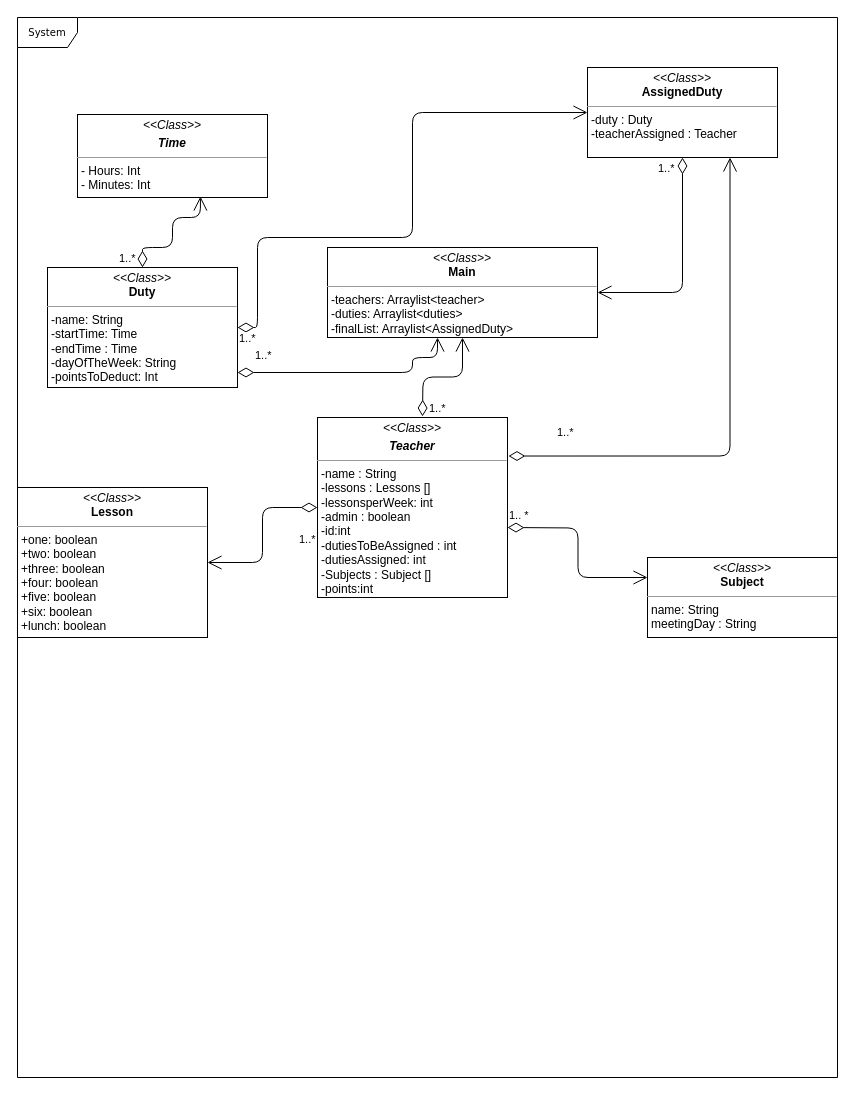
Above: UML Diagram (Without Methods).drawio in adityaharish218/Computer-Science-IA (draw.io), before the change. Source tidied: cells renumbered, new cells numbered last; positions are measured from the earlier drawing's top-left corner, leaving out a move shared by most shapes. Both pictures are drawn from the tidied source at 100%, with x=0, y=0 at pixel (17, 17).
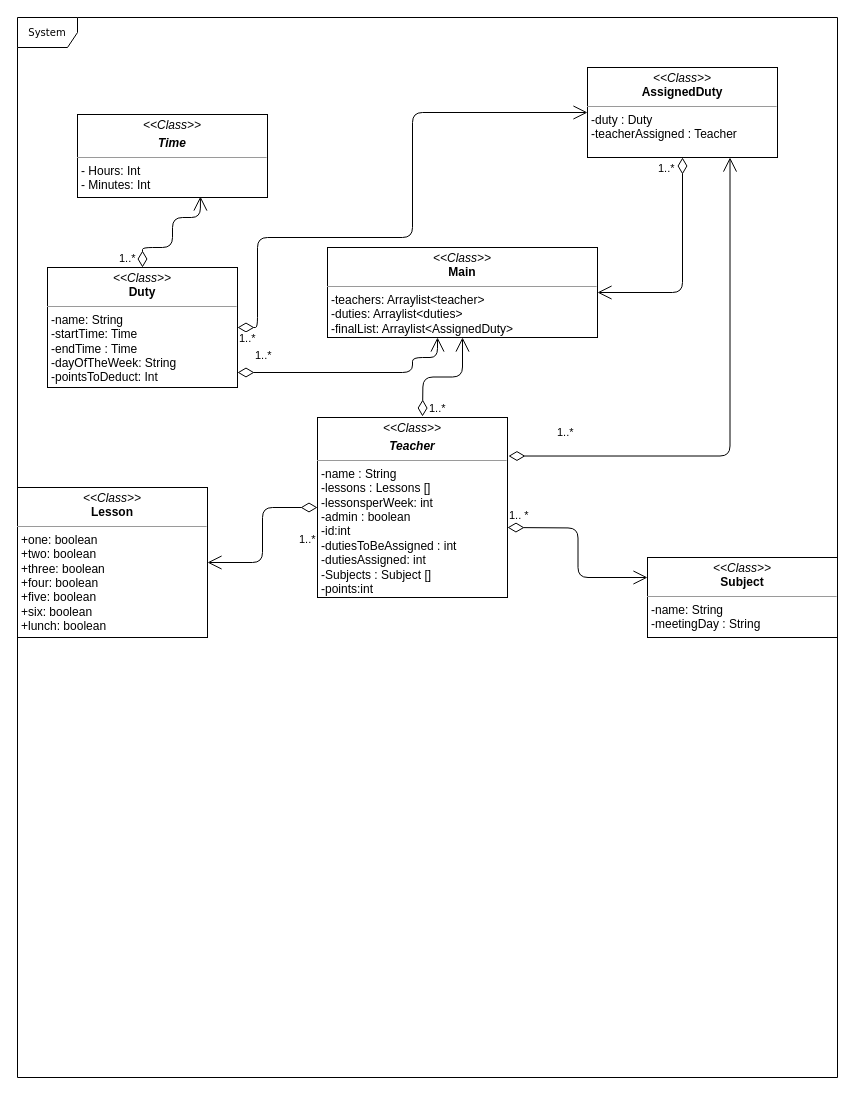
The same diagram, later.

Change to the diagram source:
```diff
@@
-    <mxCell id="8" value="&lt;p style=&quot;margin: 0px ; margin-top: 4px ; text-align: center&quot;&gt;&lt;i&gt;&amp;lt;&amp;lt;Class&amp;gt;&amp;gt;&lt;/i&gt;&lt;br&gt;&lt;b&gt;Subject&lt;/b&gt;&lt;/p&gt;&lt;hr size=&quot;1&quot;&gt;&lt;p style=&quot;margin: 0px ; margin-left: 4px&quot;&gt;name: String&lt;/p&gt;&lt;p style=&quot;margin: 0px ; margin-left: 4px&quot;&gt;meetingDay : String&lt;/p&gt;&lt;p style=&quot;margin: 0px ; margin-left: 4px&quot;&gt;&lt;br&gt;&lt;/p&gt;" style="verticalAlign=top;align=left;overflow=fill;fontSize=12;fontFamily=Helvetica;html=1;rounded=0;shadow=0;comic=0;labelBackgroundColor=none;strokeWidth=1;" parent="1" vertex="1">
+    <mxCell id="8" value="&lt;p style=&quot;margin: 0px ; margin-top: 4px ; text-align: center&quot;&gt;&lt;i&gt;&amp;lt;&amp;lt;Class&amp;gt;&amp;gt;&lt;/i&gt;&lt;br&gt;&lt;b&gt;Subject&lt;/b&gt;&lt;/p&gt;&lt;hr size=&quot;1&quot;&gt;&lt;p style=&quot;margin: 0px ; margin-left: 4px&quot;&gt;-name: String&lt;/p&gt;&lt;p style=&quot;margin: 0px ; margin-left: 4px&quot;&gt;-meetingDay : String&lt;/p&gt;&lt;p style=&quot;margin: 0px ; margin-left: 4px&quot;&gt;&lt;br&gt;&lt;/p&gt;" style="verticalAlign=top;align=left;overflow=fill;fontSize=12;fontFamily=Helvetica;html=1;rounded=0;shadow=0;comic=0;labelBackgroundColor=none;strokeWidth=1;" parent="1" vertex="1">
       <mxGeometry x="630" y="540" width="190" height="80" as="geometry" />
     </mxCell>
```
